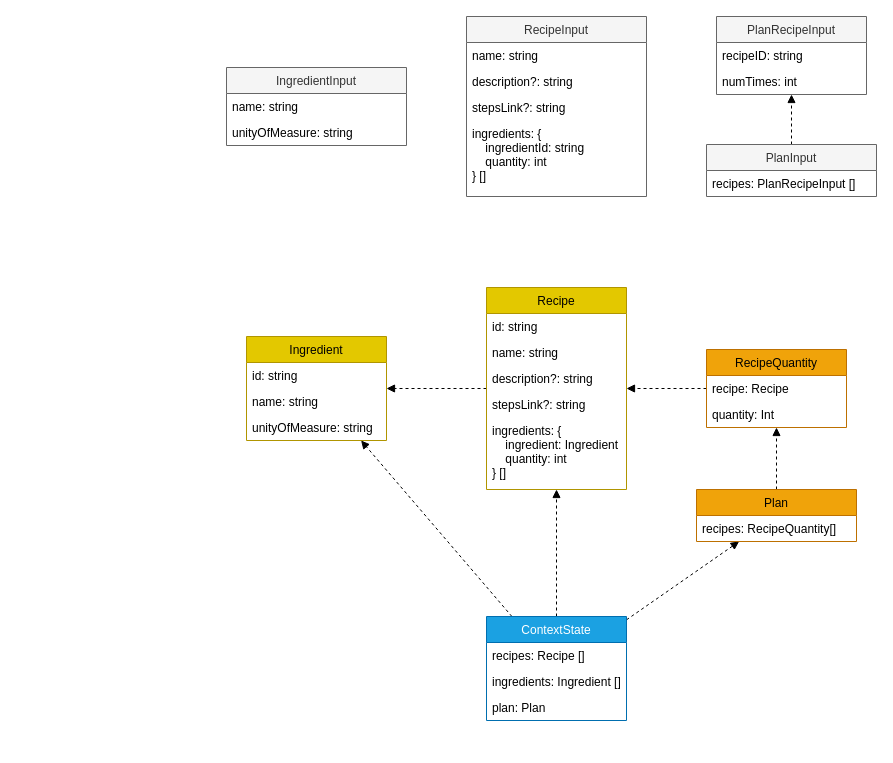
Above: spaguette-app/design/class-diagram.drawio in gianlucaascari/spaguette-project (draw.io), before the change. Source tidied: cells renumbered, new cells numbered last; positions are measured from the earlier drawing's top-left corner, leaving out a move shared by most shapes. Both pictures are drawn from the tidied source at 100%, with x=0, y=0 at pixel (226, 16).
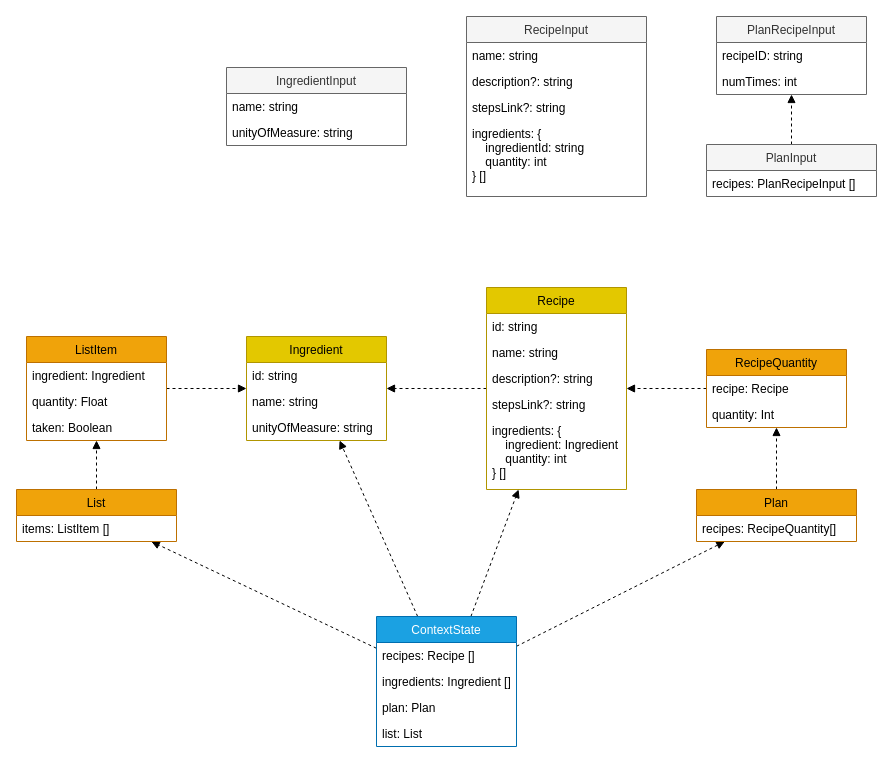
Above is the later version.

Commit message (it also covers changes not shown here):
model list section

Unchanged cells that the change refers to:
```xml
<mxCell id="2" value="Ingredient" style="swimlane;fontStyle=0;horizontal=1;startSize=26;fillColor=#e3c800;fontColor=#000000;strokeColor=#B09500;" parent="1" vertex="1">
  <mxGeometry x="20" y="320" width="140" height="104" as="geometry" />
</mxCell>
```

Diff of the diagram source:
```diff
@@
+    <mxCell id="41" style="edgeStyle=none;html=1;dashed=1;endArrow=block;endFill=1;" parent="1" edge="1" source="21" target="49">
+      <mxGeometry relative="1" as="geometry" />
+    </mxCell>
     <mxCell id="21" value="ContextState" style="swimlane;fontStyle=0;horizontal=1;startSize=26;fillColor=#1ba1e2;fontColor=#ffffff;strokeColor=#006EAF;" parent="1" vertex="1">
-      <mxGeometry x="260" y="600" width="140" height="104" as="geometry" />
+      <mxGeometry x="150" y="600" width="140" height="130" as="geometry" />
     </mxCell>
@@
+    <mxCell id="42" value="list: List" style="text;strokeColor=none;fillColor=none;align=left;verticalAlign=top;spacingLeft=4;spacingRight=4;overflow=hidden;" parent="21" vertex="1">
+      <mxGeometry y="104" width="140" height="26" as="geometry" />
+    </mxCell>
@@
+    <mxCell id="43" style="edgeStyle=none;html=1;dashed=1;endArrow=block;endFill=1;" parent="1" edge="1" source="44" target="2">
+      <mxGeometry relative="1" as="geometry" />
+    </mxCell>
+    <mxCell id="44" value="ListItem" style="swimlane;fontStyle=0;horizontal=1;startSize=26;fillColor=#f0a30a;fontColor=#000000;strokeColor=#BD7000;" parent="1" vertex="1">
+      <mxGeometry x="-200" y="320" width="140" height="104" as="geometry" />
+    </mxCell>
+    <mxCell id="45" value="ingredient: Ingredient" style="text;strokeColor=none;fillColor=none;align=left;verticalAlign=top;spacingLeft=4;spacingRight=4;overflow=hidden;" parent="44" vertex="1">
+      <mxGeometry y="26" width="140" height="26" as="geometry" />
+    </mxCell>
+    <mxCell id="46" value="quantity: Float" style="text;strokeColor=none;fillColor=none;align=left;verticalAlign=top;spacingLeft=4;spacingRight=4;overflow=hidden;" parent="44" vertex="1">
+      <mxGeometry y="52" width="140" height="26" as="geometry" />
+    </mxCell>
+    <mxCell id="47" value="taken: Boolean" style="text;strokeColor=none;fillColor=none;align=left;verticalAlign=top;spacingLeft=4;spacingRight=4;overflow=hidden;" parent="44" vertex="1">
+      <mxGeometry y="78" width="140" height="26" as="geometry" />
+    </mxCell>
+    <mxCell id="48" style="edgeStyle=none;html=1;dashed=1;endArrow=block;endFill=1;" parent="1" edge="1" source="49" target="44">
+      <mxGeometry relative="1" as="geometry" />
+    </mxCell>
+    <mxCell id="49" value="List" style="swimlane;fontStyle=0;horizontal=1;startSize=26;fillColor=#f0a30a;fontColor=#000000;strokeColor=#BD7000;" parent="1" vertex="1">
+      <mxGeometry x="-210" y="473" width="160" height="52" as="geometry" />
+    </mxCell>
+    <mxCell id="50" value="items: ListItem []" style="text;strokeColor=none;fillColor=none;align=left;verticalAlign=top;spacingLeft=4;spacingRight=4;overflow=hidden;" parent="49" vertex="1">
+      <mxGeometry y="26" width="160" height="26" as="geometry" />
+    </mxCell>
```
